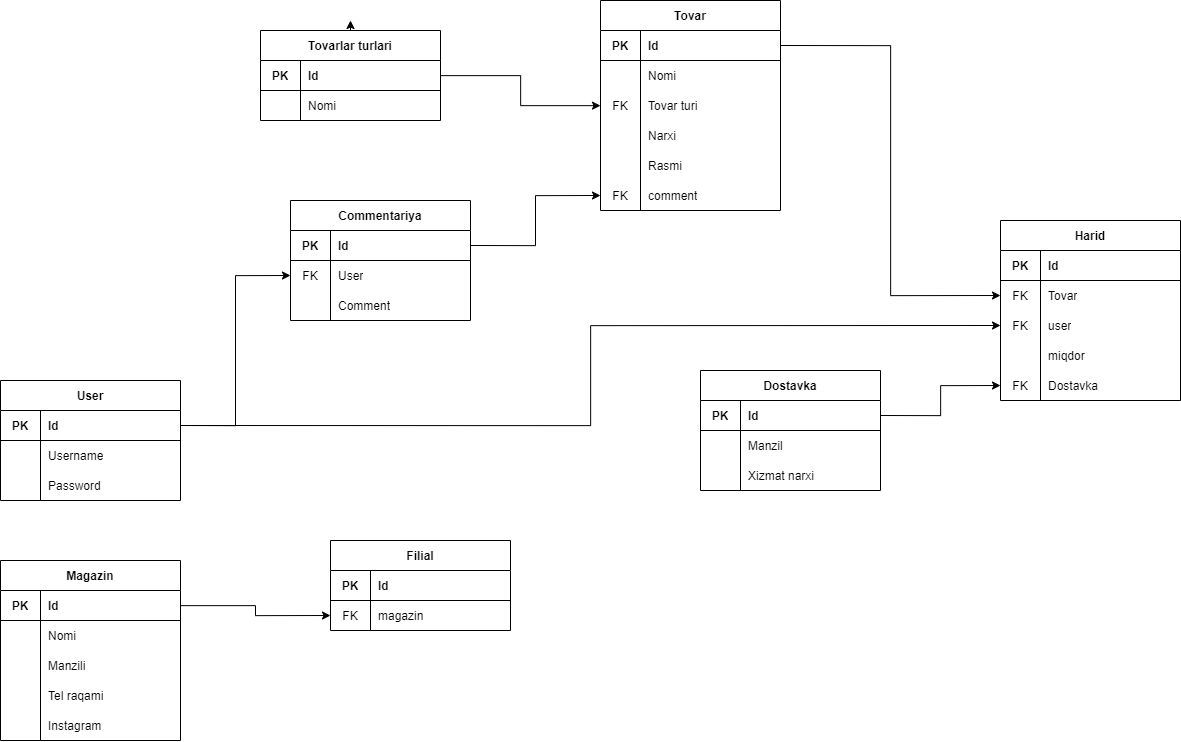
The draw.io diagram OShop_Database_diagram.png in JonniUz/OnShop_creating_project_map, before a commit. Source tidied: cells renumbered, new cells last; positions are measured from the earlier drawing's top-left corner, leaving out a move shared by most shapes.
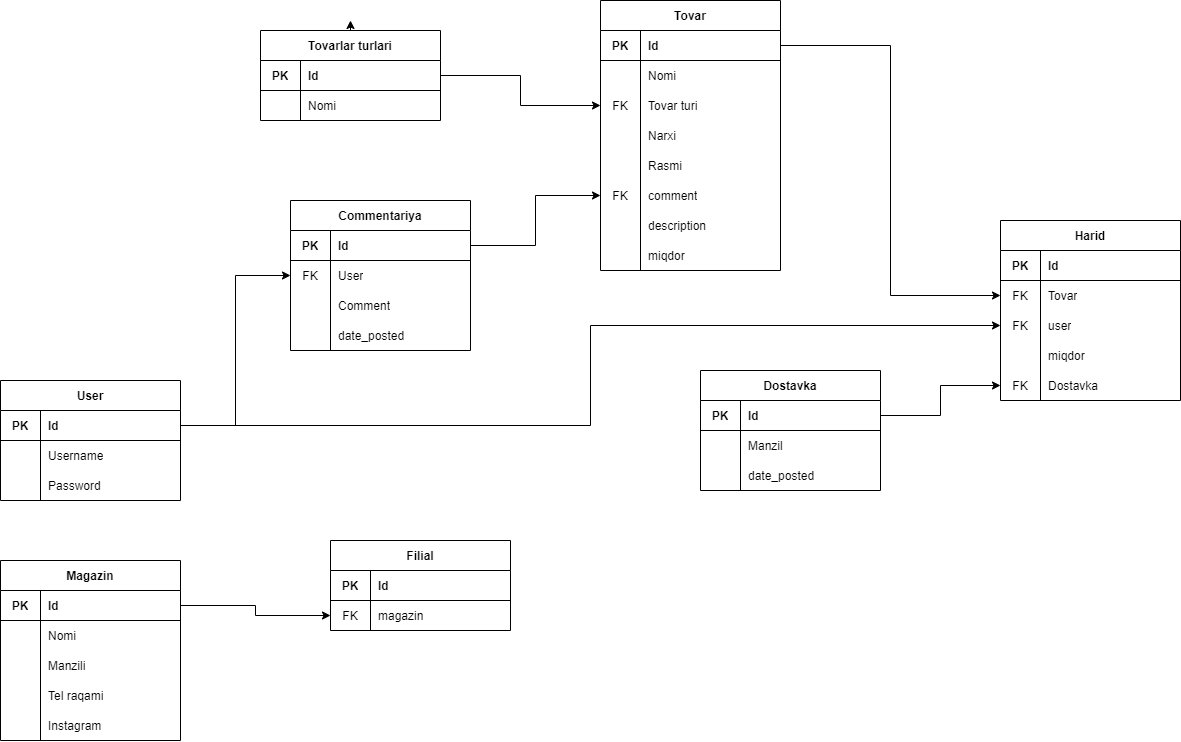
Above is the later version.

What changed in the source:
```diff
@@ -32,7 +32,7 @@
       <mxGeometry x="40" width="140" height="30" as="geometry" />
     </mxCell>
     <mxCell id="11" value="Tovar" style="shape=table;startSize=30;rowLines=0;fontStyle=1;align=center;" parent="1" vertex="1">
-      <mxGeometry x="600" width="180" height="210" as="geometry" />
+      <mxGeometry x="600" width="180" height="270" as="geometry" />
     </mxCell>
     <mxCell id="12" style="shape=partialRectangle;html=1;whiteSpace=wrap;fillColor=none;top=0;left=0;bottom=1;right=0;points=[[0,0.5],[1,0.5]];portConstraint=eastwest;" parent="11" vertex="1">
       <mxGeometry y="30" width="180" height="30" as="geometry" />
@@ -88,6 +88,24 @@
     <mxCell id="29" value="comment" style="shape=partialRectangle;html=1;whiteSpace=wrap;fillColor=none;top=0;left=0;bottom=0;right=0;align=left;spacingLeft=6;overflow=hidden;" parent="27" vertex="1">
       <mxGeometry x="40" width="140" height="30" as="geometry" />
     </mxCell>
+    <mxCell id="105" style="shape=partialRectangle;html=1;whiteSpace=wrap;fillColor=none;top=0;left=0;bottom=0;right=0;" parent="11" vertex="1">
+      <mxGeometry y="210" width="180" height="30" as="geometry" />
+    </mxCell>
+    <mxCell id="106" style="shape=partialRectangle;html=1;whiteSpace=wrap;fillColor=none;top=0;left=0;bottom=0;right=0;overflow=hidden;" parent="105" vertex="1">
+      <mxGeometry width="40" height="30" as="geometry" />
+    </mxCell>
+    <mxCell id="107" value="description" style="shape=partialRectangle;html=1;whiteSpace=wrap;fillColor=none;top=0;left=0;bottom=0;right=0;align=left;spacingLeft=6;overflow=hidden;" parent="105" vertex="1">
+      <mxGeometry x="40" width="140" height="30" as="geometry" />
+    </mxCell>
+    <mxCell id="108" style="shape=partialRectangle;html=1;whiteSpace=wrap;fillColor=none;top=0;left=0;bottom=0;right=0;" parent="11" vertex="1">
+      <mxGeometry y="240" width="180" height="30" as="geometry" />
+    </mxCell>
+    <mxCell id="109" style="shape=partialRectangle;html=1;whiteSpace=wrap;fillColor=none;top=0;left=0;bottom=0;right=0;overflow=hidden;" parent="108" vertex="1">
+      <mxGeometry width="40" height="30" as="geometry" />
+    </mxCell>
+    <mxCell id="110" value="miqdor" style="shape=partialRectangle;html=1;whiteSpace=wrap;fillColor=none;top=0;left=0;bottom=0;right=0;align=left;spacingLeft=6;overflow=hidden;" parent="108" vertex="1">
+      <mxGeometry x="40" width="140" height="30" as="geometry" />
+    </mxCell>
     <mxCell id="30" value="User" style="shape=table;startSize=30;rowLines=0;fontStyle=1;align=center;" parent="1" vertex="1">
       <mxGeometry y="380" width="180" height="120" as="geometry" />
     </mxCell>
@@ -170,7 +188,7 @@
       <mxGeometry relative="1" as="geometry" />
     </mxCell>
     <mxCell id="57" value="Commentariya" style="shape=table;startSize=30;rowLines=0;fontStyle=1;align=center;" parent="1" vertex="1">
-      <mxGeometry x="290" y="200" width="180" height="120" as="geometry" />
+      <mxGeometry x="290" y="200" width="180" height="150" as="geometry" />
     </mxCell>
     <mxCell id="58" style="shape=partialRectangle;html=1;whiteSpace=wrap;fillColor=none;top=0;left=0;bottom=1;right=0;points=[[0,0.5],[1,0.5]];portConstraint=eastwest;" parent="57" vertex="1">
       <mxGeometry y="30" width="180" height="30" as="geometry" />
@@ -199,6 +217,15 @@
     <mxCell id="66" value="Comment" style="shape=partialRectangle;html=1;whiteSpace=wrap;fillColor=none;top=0;left=0;bottom=0;right=0;align=left;spacingLeft=6;overflow=hidden;" parent="64" vertex="1">
       <mxGeometry x="40" width="140" height="30" as="geometry" />
     </mxCell>
+    <mxCell id="111" style="shape=partialRectangle;html=1;whiteSpace=wrap;fillColor=none;top=0;left=0;bottom=0;right=0;" parent="57" vertex="1">
+      <mxGeometry y="120" width="180" height="30" as="geometry" />
+    </mxCell>
+    <mxCell id="112" style="shape=partialRectangle;html=1;whiteSpace=wrap;fillColor=none;top=0;left=0;bottom=0;right=0;overflow=hidden;" parent="111" vertex="1">
+      <mxGeometry width="40" height="30" as="geometry" />
+    </mxCell>
+    <mxCell id="113" value="date_posted" style="shape=partialRectangle;html=1;whiteSpace=wrap;fillColor=none;top=0;left=0;bottom=0;right=0;align=left;spacingLeft=6;overflow=hidden;" parent="111" vertex="1">
+      <mxGeometry x="40" width="140" height="30" as="geometry" />
+    </mxCell>
     <mxCell id="67" style="edgeStyle=orthogonalEdgeStyle;rounded=0;jettySize=auto;html=1;exitX=1;exitY=0.5;exitDx=0;exitDy=0;entryX=0;entryY=0.5;entryDx=0;entryDy=0;startSize=30;" parent="1" edge="1" source="58" target="27">
       <mxGeometry relative="1" as="geometry" />
     </mxCell>
@@ -226,12 +253,12 @@
     <mxCell id="75" style="shape=partialRectangle;html=1;whiteSpace=wrap;fillColor=none;top=0;left=0;bottom=0;right=0;" parent="68" vertex="1">
       <mxGeometry y="90" width="180" height="30" as="geometry" />
     </mxCell>
-    <mxCell id="76" style="shape=partialRectangle;html=1;whiteSpace=wrap;fillColor=none;top=0;left=0;bottom=0;right=0;overflow=hidden;" parent="75" vertex="1">
-      <mxGeometry width="40" height="30" as="geometry" />
-    </mxCell>
-    <mxCell id="77" value="Xizmat narxi&lt;span style=&quot;white-space: pre&quot;&gt;&#9;&lt;/span&gt;" style="shape=partialRectangle;html=1;whiteSpace=wrap;fillColor=none;top=0;left=0;bottom=0;right=0;align=left;spacingLeft=6;overflow=hidden;" parent="75" vertex="1">
-      <mxGeometry x="40" width="140" height="30" as="geometry" />
-    </mxCell>
+    <mxCell id="114" style="shape=partialRectangle;html=1;whiteSpace=wrap;fillColor=none;top=0;left=0;bottom=0;right=0;overflow=hidden;" parent="75" vertex="1">
+      <mxGeometry width="40" height="30" as="geometry" />
+    </mxCell>
+    <mxCell id="115" value="date_posted" style="shape=partialRectangle;html=1;whiteSpace=wrap;fillColor=none;top=0;left=0;bottom=0;right=0;align=left;spacingLeft=6;overflow=hidden;" parent="75" vertex="1">
+      <mxGeometry x="40" width="140" height="30" as="geometry" />
+    </mxCell>
     <mxCell id="78" style="edgeStyle=orthogonalEdgeStyle;rounded=0;jettySize=auto;html=1;exitX=1;exitY=0.5;exitDx=0;exitDy=0;entryX=0;entryY=0.5;entryDx=0;entryDy=0;startSize=30;" parent="1" edge="1" source="31" target="61">
       <mxGeometry relative="1" as="geometry" />
     </mxCell>
```
